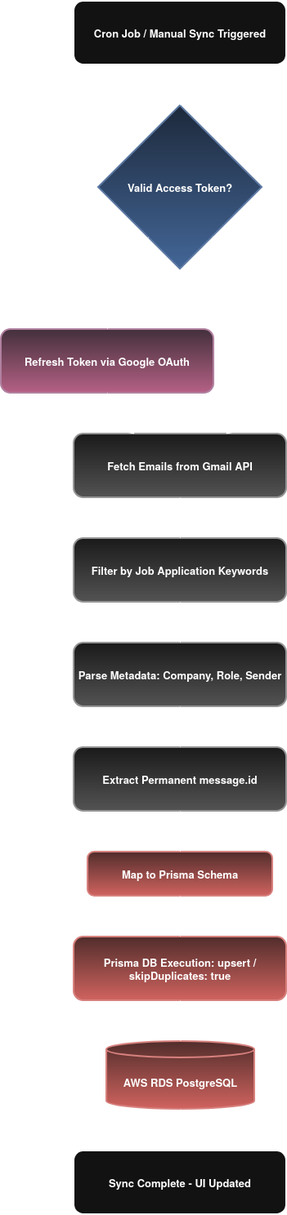
The draw.io diagram assets/gmail_sync_pipeline.drawio.png in Vaibhavtripathi7/career_pulse, before a commit. Source tidied: cells renumbered, new cells last; positions are measured from the earlier drawing's top-left corner, leaving out a move shared by most shapes. Source of this version:
```xml
<mxGraphModel background="#ffffff">
  <root>
    <mxCell id="0" />
    <mxCell id="1" parent="0" />
    <mxCell id="2" value="Cron Job / Manual Sync Triggered" style="whiteSpace=wrap;strokeWidth=2;rounded=1;fontStyle=1;fontSize=13;" parent="1" vertex="1">
      <mxGeometry x="89" width="260" height="78" as="geometry" />
    </mxCell>
    <mxCell id="3" value="Valid Access Token?" style="rhombus;strokeWidth=2;whiteSpace=wrap;fillColor=#dae8fc;strokeColor=#6c8ebf;fontStyle=1;fontSize=13;gradientColor=#7ea6e0;" parent="1" vertex="1">
      <mxGeometry x="119" y="128" width="200" height="200" as="geometry" />
    </mxCell>
    <mxCell id="4" value="Refresh Token via Google OAuth" style="whiteSpace=wrap;strokeWidth=2;fillColor=#e6d0de;strokeColor=#996185;rounded=1;fontStyle=1;fontSize=13;gradientColor=#d5739d;" parent="1" vertex="1">
      <mxGeometry y="402" width="260" height="78" as="geometry" />
    </mxCell>
    <mxCell id="5" value="Fetch Emails from Gmail API" style="whiteSpace=wrap;strokeWidth=2;rounded=1;fontStyle=1;fontSize=13;fillColor=#f5f5f5;gradientColor=#b3b3b3;strokeColor=#666666;" parent="1" vertex="1">
      <mxGeometry x="89" y="530" width="260" height="78" as="geometry" />
    </mxCell>
    <mxCell id="6" value="Filter by Job Application Keywords" style="whiteSpace=wrap;strokeWidth=2;rounded=1;fontStyle=1;fontSize=13;fillColor=#f5f5f5;gradientColor=#b3b3b3;strokeColor=#666666;" parent="1" vertex="1">
      <mxGeometry x="89" y="658" width="260" height="78" as="geometry" />
    </mxCell>
    <mxCell id="7" value="Parse Metadata: Company, Role, Sender" style="whiteSpace=wrap;strokeWidth=2;rounded=1;fontStyle=1;fontSize=13;fillColor=#f5f5f5;gradientColor=#b3b3b3;strokeColor=#666666;" parent="1" vertex="1">
      <mxGeometry x="89" y="786" width="260" height="78" as="geometry" />
    </mxCell>
    <mxCell id="8" value="Extract Permanent message.id" style="whiteSpace=wrap;strokeWidth=2;rounded=1;fontSize=13;fontStyle=1;fillColor=#f5f5f5;gradientColor=#b3b3b3;strokeColor=#666666;" parent="1" vertex="1">
      <mxGeometry x="89" y="914" width="260" height="78" as="geometry" />
    </mxCell>
    <mxCell id="9" value="Map to Prisma Schema" style="whiteSpace=wrap;strokeWidth=2;rounded=1;fontSize=13;fontStyle=1;fillColor=#f8cecc;gradientColor=#ea6b66;strokeColor=#b85450;" parent="1" vertex="1">
      <mxGeometry x="106" y="1042" width="226" height="54" as="geometry" />
    </mxCell>
    <mxCell id="10" value="Prisma DB Execution: upsert / skipDuplicates: true" style="whiteSpace=wrap;strokeWidth=2;fontStyle=1;fontSize=13;fillColor=#f8cecc;gradientColor=#ea6b66;strokeColor=#b85450;rounded=1;" parent="1" vertex="1">
      <mxGeometry x="89" y="1146" width="260" height="78" as="geometry" />
    </mxCell>
    <mxCell id="11" value="AWS RDS PostgreSQL" style="shape=cylinder3;boundedLbl=1;backgroundOutline=1;size=10;strokeWidth=2;whiteSpace=wrap;fillColor=#f8cecc;strokeColor=#b85450;fontStyle=1;fontSize=13;gradientColor=#ea6b66;" parent="1" vertex="1">
      <mxGeometry x="129" y="1274" width="181" height="83" as="geometry" />
    </mxCell>
    <mxCell id="12" value="Sync Complete - UI Updated" style="whiteSpace=wrap;strokeWidth=2;rounded=1;fontStyle=1;fontSize=13;" parent="1" vertex="1">
      <mxGeometry x="89" y="1408" width="260" height="78" as="geometry" />
    </mxCell>
    <mxCell id="13" style="curved=1;startArrow=none;endArrow=block;exitX=0.5;exitY=1;entryX=0.5;entryY=0;rounded=0;fontSize=12;startSize=8;endSize=8;" parent="1" edge="1" source="2" target="3">
      <mxGeometry relative="1" as="geometry" />
    </mxCell>
    <mxCell id="14" value="No" style="curved=1;startArrow=none;endArrow=block;exitX=0.18;exitY=1;entryX=0.5;entryY=0.01;rounded=0;fontSize=14;startSize=8;endSize=8;fontStyle=1;labelBackgroundColor=none;" parent="1" edge="1" source="3" target="4">
      <mxGeometry relative="1" as="geometry">
        <Array as="points">
          <mxPoint x="130" y="365" />
        </Array>
      </mxGeometry>
    </mxCell>
    <mxCell id="15" style="curved=1;startArrow=none;endArrow=block;exitX=0.5;exitY=1.01;entryX=0.29;entryY=0.01;rounded=0;fontSize=12;startSize=8;endSize=8;" parent="1" edge="1" source="4" target="5">
      <mxGeometry relative="1" as="geometry">
        <Array as="points">
          <mxPoint x="130" y="505" />
        </Array>
      </mxGeometry>
    </mxCell>
    <mxCell id="16" value="Yes" style="curved=1;startArrow=none;endArrow=block;exitX=0.83;exitY=1;entryX=0.71;entryY=0.01;rounded=0;fontSize=15;startSize=8;endSize=8;labelBackgroundColor=none;fontStyle=1;" parent="1" edge="1" source="3" target="5">
      <mxGeometry relative="1" as="geometry">
        <Array as="points">
          <mxPoint x="308" y="365" />
          <mxPoint x="308" y="505" />
        </Array>
      </mxGeometry>
    </mxCell>
    <mxCell id="17" style="curved=1;startArrow=none;endArrow=block;exitX=0.5;exitY=1.01;entryX=0.5;entryY=0.01;rounded=0;fontSize=12;startSize=8;endSize=8;" parent="1" edge="1" source="5" target="6">
      <mxGeometry relative="1" as="geometry" />
    </mxCell>
    <mxCell id="18" style="curved=1;startArrow=none;endArrow=block;exitX=0.5;exitY=1.01;entryX=0.5;entryY=0.01;rounded=0;fontSize=12;startSize=8;endSize=8;" parent="1" edge="1" source="6" target="7">
      <mxGeometry relative="1" as="geometry" />
    </mxCell>
    <mxCell id="19" style="curved=1;startArrow=none;endArrow=block;exitX=0.5;exitY=1.01;entryX=0.5;entryY=0.01;rounded=0;fontSize=12;startSize=8;endSize=8;" parent="1" edge="1" source="7" target="8">
      <mxGeometry relative="1" as="geometry" />
    </mxCell>
    <mxCell id="20" style="curved=1;startArrow=none;endArrow=block;exitX=0.5;exitY=1.01;entryX=0.5;entryY=0.01;rounded=0;fontSize=12;startSize=8;endSize=8;" parent="1" edge="1" source="8" target="9">
      <mxGeometry relative="1" as="geometry" />
    </mxCell>
    <mxCell id="21" style="curved=1;startArrow=none;endArrow=block;exitX=0.5;exitY=1.01;entryX=0.5;entryY=0.01;rounded=0;fontSize=12;startSize=8;endSize=8;" parent="1" edge="1" source="9" target="10">
      <mxGeometry relative="1" as="geometry" />
    </mxCell>
    <mxCell id="22" style="curved=1;startArrow=none;endArrow=block;exitX=0.5;exitY=1.01;entryX=0.5;entryY=0.01;rounded=0;fontSize=12;startSize=8;endSize=8;" parent="1" edge="1" source="10" target="11">
      <mxGeometry relative="1" as="geometry" />
    </mxCell>
    <mxCell id="23" style="curved=1;startArrow=none;endArrow=block;exitX=0.5;exitY=1.01;entryX=0.5;entryY=0;rounded=0;fontSize=12;startSize=8;endSize=8;" parent="1" edge="1" source="11" target="12">
      <mxGeometry relative="1" as="geometry" />
    </mxCell>
  </root>
</mxGraphModel>
```
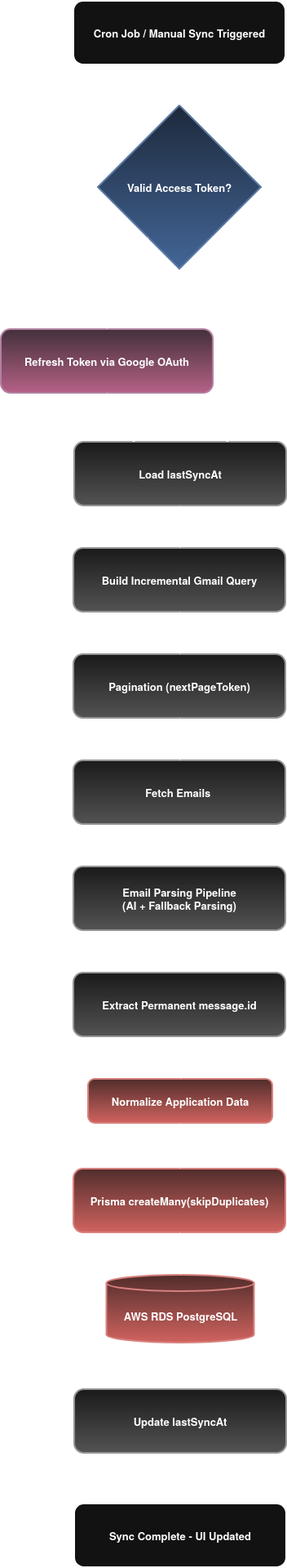
After the change.

Commit message:
docs(readme): align architecture and deployment documentation (#18)

Change to the diagram source:
```diff
@@ -11,30 +11,33 @@
     <mxCell id="4" value="Refresh Token via Google OAuth" style="whiteSpace=wrap;strokeWidth=2;fillColor=#e6d0de;strokeColor=#996185;rounded=1;fontStyle=1;fontSize=13;gradientColor=#d5739d;" parent="1" vertex="1">
       <mxGeometry y="402" width="260" height="78" as="geometry" />
     </mxCell>
-    <mxCell id="5" value="Fetch Emails from Gmail API" style="whiteSpace=wrap;strokeWidth=2;rounded=1;fontStyle=1;fontSize=13;fillColor=#f5f5f5;gradientColor=#b3b3b3;strokeColor=#666666;" parent="1" vertex="1">
-      <mxGeometry x="89" y="530" width="260" height="78" as="geometry" />
+    <mxCell id="5" value="Load lastSyncAt" style="whiteSpace=wrap;strokeWidth=2;rounded=1;fontStyle=1;fontSize=13;fillColor=#f5f5f5;gradientColor=#b3b3b3;strokeColor=#666666;" parent="1" vertex="1">
+      <mxGeometry x="90" y="540" width="260" height="78" as="geometry" />
     </mxCell>
-    <mxCell id="6" value="Filter by Job Application Keywords" style="whiteSpace=wrap;strokeWidth=2;rounded=1;fontStyle=1;fontSize=13;fillColor=#f5f5f5;gradientColor=#b3b3b3;strokeColor=#666666;" parent="1" vertex="1">
-      <mxGeometry x="89" y="658" width="260" height="78" as="geometry" />
+    <mxCell id="6" value="Build Incremental Gmail Query" style="whiteSpace=wrap;strokeWidth=2;rounded=1;fontStyle=1;fontSize=13;fillColor=#f5f5f5;gradientColor=#b3b3b3;strokeColor=#666666;" parent="1" vertex="1">
+      <mxGeometry x="89" y="670" width="260" height="78" as="geometry" />
     </mxCell>
-    <mxCell id="7" value="Parse Metadata: Company, Role, Sender" style="whiteSpace=wrap;strokeWidth=2;rounded=1;fontStyle=1;fontSize=13;fillColor=#f5f5f5;gradientColor=#b3b3b3;strokeColor=#666666;" parent="1" vertex="1">
-      <mxGeometry x="89" y="786" width="260" height="78" as="geometry" />
+    <mxCell id="7" value="Pagination (nextPageToken)" style="whiteSpace=wrap;strokeWidth=2;rounded=1;fontStyle=1;fontSize=13;fillColor=#f5f5f5;gradientColor=#b3b3b3;strokeColor=#666666;" parent="1" vertex="1">
+      <mxGeometry x="89" y="800" width="260" height="78" as="geometry" />
     </mxCell>
+    <mxCell id="24" style="edgeStyle=orthogonalEdgeStyle;rounded=0;jettySize=auto;html=1;exitX=0.5;exitY=1;exitDx=0;exitDy=0;entryX=0.5;entryY=0;entryDx=0;entryDy=0;" parent="1" edge="1" source="8" target="27">
+      <mxGeometry relative="1" as="geometry" />
+    </mxCell>
-    <mxCell id="8" value="Extract Permanent message.id" style="whiteSpace=wrap;strokeWidth=2;rounded=1;fontSize=13;fontStyle=1;fillColor=#f5f5f5;gradientColor=#b3b3b3;strokeColor=#666666;" parent="1" vertex="1">
-      <mxGeometry x="89" y="914" width="260" height="78" as="geometry" />
+    <mxCell id="8" value="Fetch Emails " style="whiteSpace=wrap;strokeWidth=2;rounded=1;fontSize=13;fontStyle=1;fillColor=#f5f5f5;gradientColor=#b3b3b3;strokeColor=#666666;" parent="1" vertex="1">
+      <mxGeometry x="89" y="930" width="260" height="78" as="geometry" />
     </mxCell>
-    <mxCell id="9" value="Map to Prisma Schema" style="whiteSpace=wrap;strokeWidth=2;rounded=1;fontSize=13;fontStyle=1;fillColor=#f8cecc;gradientColor=#ea6b66;strokeColor=#b85450;" parent="1" vertex="1">
-      <mxGeometry x="106" y="1042" width="226" height="54" as="geometry" />
+    <mxCell id="9" value="Normalize Application Data" style="whiteSpace=wrap;strokeWidth=2;rounded=1;fontSize=13;fontStyle=1;fillColor=#f8cecc;gradientColor=#ea6b66;strokeColor=#b85450;" parent="1" vertex="1">
+      <mxGeometry x="107" y="1320" width="226" height="54" as="geometry" />
     </mxCell>
-    <mxCell id="10" value="Prisma DB Execution: upsert / skipDuplicates: true" style="whiteSpace=wrap;strokeWidth=2;fontStyle=1;fontSize=13;fillColor=#f8cecc;gradientColor=#ea6b66;strokeColor=#b85450;rounded=1;" parent="1" vertex="1">
-      <mxGeometry x="89" y="1146" width="260" height="78" as="geometry" />
+    <mxCell id="10" value="Prisma createMany(skipDuplicates)" style="whiteSpace=wrap;strokeWidth=2;fontStyle=1;fontSize=13;fillColor=#f8cecc;gradientColor=#ea6b66;strokeColor=#b85450;rounded=1;" parent="1" vertex="1">
+      <mxGeometry x="89" y="1430" width="260" height="78" as="geometry" />
     </mxCell>
+    <mxCell id="25" style="edgeStyle=orthogonalEdgeStyle;rounded=0;jettySize=auto;html=1;exitX=0.5;exitY=1;exitDx=0;exitDy=0;exitPerimeter=0;entryX=0.5;entryY=0;entryDx=0;entryDy=0;" parent="1" edge="1" source="11" target="31">
+      <mxGeometry relative="1" as="geometry" />
+    </mxCell>
     <mxCell id="11" value="AWS RDS PostgreSQL" style="shape=cylinder3;boundedLbl=1;backgroundOutline=1;size=10;strokeWidth=2;whiteSpace=wrap;fillColor=#f8cecc;strokeColor=#b85450;fontStyle=1;fontSize=13;gradientColor=#ea6b66;" parent="1" vertex="1">
-      <mxGeometry x="129" y="1274" width="181" height="83" as="geometry" />
+      <mxGeometry x="129.5" y="1560" width="181" height="83" as="geometry" />
     </mxCell>
-    <mxCell id="12" value="Sync Complete - UI Updated" style="whiteSpace=wrap;strokeWidth=2;rounded=1;fontStyle=1;fontSize=13;" parent="1" vertex="1">
-      <mxGeometry x="89" y="1408" width="260" height="78" as="geometry" />
-    </mxCell>
     <mxCell id="13" style="curved=1;startArrow=none;endArrow=block;exitX=0.5;exitY=1;entryX=0.5;entryY=0;rounded=0;fontSize=12;startSize=8;endSize=8;" parent="1" edge="1" source="2" target="3">
       <mxGeometry relative="1" as="geometry" />
     </mxCell>
@@ -69,17 +72,32 @@
     <mxCell id="19" style="curved=1;startArrow=none;endArrow=block;exitX=0.5;exitY=1.01;entryX=0.5;entryY=0.01;rounded=0;fontSize=12;startSize=8;endSize=8;" parent="1" edge="1" source="7" target="8">
       <mxGeometry relative="1" as="geometry" />
     </mxCell>
-    <mxCell id="20" style="curved=1;startArrow=none;endArrow=block;exitX=0.5;exitY=1.01;entryX=0.5;entryY=0.01;rounded=0;fontSize=12;startSize=8;endSize=8;" parent="1" edge="1" source="8" target="9">
-      <mxGeometry relative="1" as="geometry" />
-    </mxCell>
     <mxCell id="21" style="curved=1;startArrow=none;endArrow=block;exitX=0.5;exitY=1.01;entryX=0.5;entryY=0.01;rounded=0;fontSize=12;startSize=8;endSize=8;" parent="1" edge="1" source="9" target="10">
       <mxGeometry relative="1" as="geometry" />
     </mxCell>
     <mxCell id="22" style="curved=1;startArrow=none;endArrow=block;exitX=0.5;exitY=1.01;entryX=0.5;entryY=0.01;rounded=0;fontSize=12;startSize=8;endSize=8;" parent="1" edge="1" source="10" target="11">
       <mxGeometry relative="1" as="geometry" />
     </mxCell>
-    <mxCell id="23" style="curved=1;startArrow=none;endArrow=block;exitX=0.5;exitY=1.01;entryX=0.5;entryY=0;rounded=0;fontSize=12;startSize=8;endSize=8;" parent="1" edge="1" source="11" target="12">
-      <mxGeometry relative="1" as="geometry" />
-    </mxCell>
+    <mxCell id="26" style="edgeStyle=orthogonalEdgeStyle;rounded=0;jettySize=auto;html=1;exitX=0.5;exitY=1;exitDx=0;exitDy=0;entryX=0.5;entryY=0;entryDx=0;entryDy=0;" parent="1" edge="1" source="27" target="29">
+      <mxGeometry relative="1" as="geometry" />
+    </mxCell>
+    <mxCell id="27" value="Email Parsing Pipeline&#10;(AI + Fallback Parsing)" style="whiteSpace=wrap;strokeWidth=2;rounded=1;fontStyle=1;fontSize=13;fillColor=#f5f5f5;gradientColor=#b3b3b3;strokeColor=#666666;" parent="1" vertex="1">
+      <mxGeometry x="89" y="1060" width="260" height="78" as="geometry" />
+    </mxCell>
+    <mxCell id="28" style="edgeStyle=orthogonalEdgeStyle;rounded=0;jettySize=auto;html=1;exitX=0.5;exitY=1;exitDx=0;exitDy=0;entryX=0.5;entryY=0;entryDx=0;entryDy=0;" parent="1" edge="1" source="29" target="9">
+      <mxGeometry relative="1" as="geometry" />
+    </mxCell>
+    <mxCell id="29" value="Extract Permanent message.id" style="whiteSpace=wrap;strokeWidth=2;rounded=1;fontSize=13;fontStyle=1;fillColor=#f5f5f5;gradientColor=#b3b3b3;strokeColor=#666666;" parent="1" vertex="1">
+      <mxGeometry x="89" y="1190" width="260" height="78" as="geometry" />
+    </mxCell>
+    <mxCell id="12" value="Sync Complete - UI Updated" style="whiteSpace=wrap;strokeWidth=2;rounded=1;fontStyle=1;fontSize=13;" parent="1" vertex="1">
+      <mxGeometry x="90" y="1840" width="260" height="78" as="geometry" />
+    </mxCell>
+    <mxCell id="30" style="edgeStyle=orthogonalEdgeStyle;rounded=0;jettySize=auto;html=1;exitX=0.5;exitY=1;exitDx=0;exitDy=0;" parent="1" edge="1" source="31" target="12">
+      <mxGeometry relative="1" as="geometry" />
+    </mxCell>
+    <mxCell id="31" value="Update lastSyncAt" style="whiteSpace=wrap;strokeWidth=2;rounded=1;fontSize=13;fontStyle=1;fillColor=#f5f5f5;gradientColor=#b3b3b3;strokeColor=#666666;" parent="1" vertex="1">
+      <mxGeometry x="90" y="1700" width="260" height="78" as="geometry" />
+    </mxCell>
   </root>
 </mxGraphModel>
```
